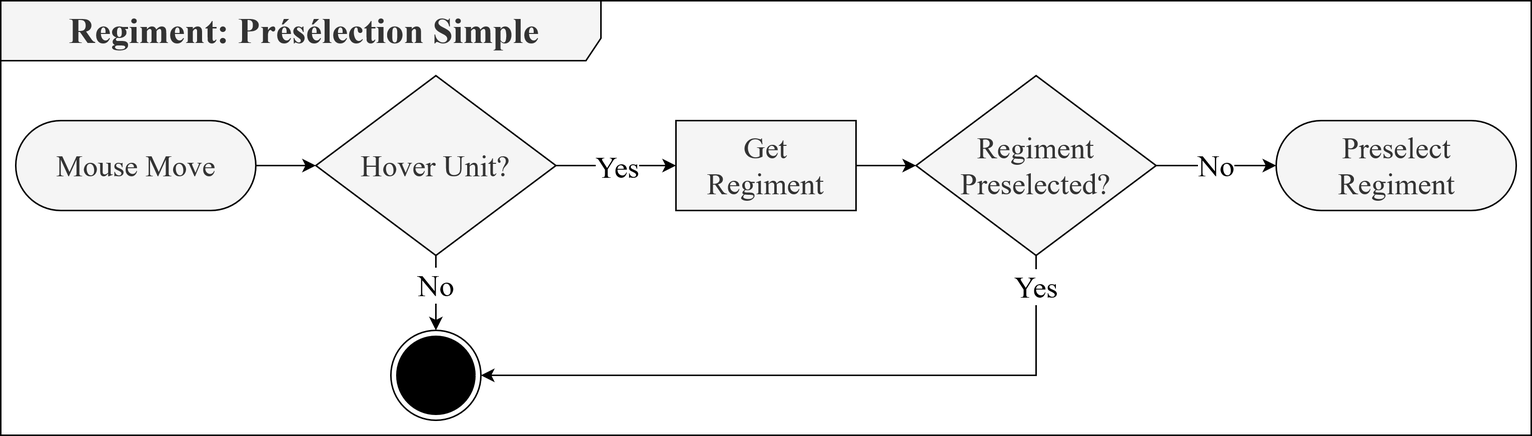
Before: Assets/Documentation/Analyse/Regiments/PreselectionSimpleUMLFlux.png, a diagram exported from draw.io (Cat-du-Fromage/TPI_CastleDefense). Source tidied: cells renumbered, new cells last; positions are measured from the earlier drawing's top-left corner, leaving out a move shared by most shapes. Source of this version:
```xml
<mxGraphModel>
  <root>
    <mxCell id="0" />
    <mxCell id="1" parent="0" />
    <mxCell id="2" value="Regiment: Présélection Simple" style="shape=umlFrame;whiteSpace=wrap;html=1;width=400;height=40;boundedLbl=1;verticalAlign=middle;align=center;spacingLeft=5;fontFamily=Times New Roman;fontSize=24;fontStyle=1;fillColor=#f5f5f5;fontColor=#333333;strokeColor=#000000;" parent="1" vertex="1">
      <mxGeometry width="1020" height="290" as="geometry" />
    </mxCell>
    <mxCell id="3" style="edgeStyle=none;html=1;fontFamily=Times New Roman;fontSize=24;" parent="1" edge="1" source="4" target="8">
      <mxGeometry relative="1" as="geometry" />
    </mxCell>
    <mxCell id="4" value="Mouse Move" style="html=1;dashed=0;whitespace=wrap;shape=mxgraph.dfd.start;strokeColor=#000000;fillColor=#f5f5f5;fontColor=#333333;fontSize=20;fontFamily=Times New Roman;" parent="1" vertex="1">
      <mxGeometry x="10" y="80" width="160" height="60" as="geometry" />
    </mxCell>
    <mxCell id="5" style="edgeStyle=none;html=1;fontFamily=Times New Roman;fontSize=20;" parent="1" edge="1" source="8" target="10">
      <mxGeometry relative="1" as="geometry" />
    </mxCell>
    <mxCell id="6" value="Yes" style="edgeLabel;html=1;align=center;verticalAlign=middle;fontSize=20;fontFamily=Times New Roman;" parent="5" vertex="1">
      <mxGeometry x="-0.44" y="2" relative="1" as="geometry">
        <mxPoint x="18" y="2" as="offset" />
      </mxGeometry>
    </mxCell>
    <mxCell id="7" value="No" style="edgeStyle=orthogonalEdgeStyle;html=1;fontFamily=Times New Roman;fontSize=20;rounded=0;" parent="1" edge="1" source="8" target="15">
      <mxGeometry x="-0.2" relative="1" as="geometry">
        <Array as="points">
          <mxPoint x="290" y="250" />
        </Array>
      </mxGeometry>
    </mxCell>
    <mxCell id="8" value="Hover Unit?" style="rhombus;whiteSpace=wrap;html=1;fontSize=20;fontFamily=Times New Roman;fillColor=#f5f5f5;strokeColor=#000000;fontColor=#333333;dashed=0;" parent="1" vertex="1">
      <mxGeometry x="210" y="50" width="160" height="120" as="geometry" />
    </mxCell>
    <mxCell id="9" style="edgeStyle=none;html=1;fontFamily=Times New Roman;fontSize=20;" parent="1" edge="1" source="10" target="14">
      <mxGeometry relative="1" as="geometry" />
    </mxCell>
    <mxCell id="10" value="Get &lt;br&gt;Regiment" style="whiteSpace=wrap;html=1;fontSize=20;fontFamily=Times New Roman;fillColor=#f5f5f5;strokeColor=#000000;fontColor=#333333;dashed=0;" parent="1" vertex="1">
      <mxGeometry x="450" y="80" width="120" height="60" as="geometry" />
    </mxCell>
    <mxCell id="11" style="edgeStyle=orthogonalEdgeStyle;html=1;fontFamily=Times New Roman;fontSize=20;rounded=0;" parent="1" edge="1" source="14" target="15">
      <mxGeometry relative="1" as="geometry">
        <Array as="points">
          <mxPoint x="690" y="250" />
        </Array>
      </mxGeometry>
    </mxCell>
    <mxCell id="12" value="Yes" style="edgeLabel;html=1;align=center;verticalAlign=middle;fontSize=20;fontFamily=Times New Roman;" parent="11" vertex="1">
      <mxGeometry x="-0.58" y="1" relative="1" as="geometry">
        <mxPoint x="14" y="-61" as="offset" />
      </mxGeometry>
    </mxCell>
    <mxCell id="13" value="No" style="edgeStyle=orthogonalEdgeStyle;rounded=0;html=1;fontFamily=Times New Roman;fontSize=20;" parent="1" edge="1" source="14" target="16">
      <mxGeometry relative="1" as="geometry" />
    </mxCell>
    <mxCell id="14" value="Regiment&lt;br&gt;Preselected?" style="rhombus;whiteSpace=wrap;html=1;fontSize=20;fontFamily=Times New Roman;fillColor=#f5f5f5;strokeColor=#000000;fontColor=#333333;dashed=0;verticalAlign=middle;spacing=0;" parent="1" vertex="1">
      <mxGeometry x="610" y="50" width="160" height="120" as="geometry" />
    </mxCell>
    <mxCell id="15" style="ellipse;html=1;shape=endState;fillColor=#000000;strokeColor=#000000;fontFamily=Times New Roman;fontSize=20;" parent="1" vertex="1">
      <mxGeometry x="260" y="220" width="60" height="60" as="geometry" />
    </mxCell>
    <mxCell id="16" value="&lt;span&gt;Preselect &lt;br&gt;Regiment&lt;/span&gt;" style="html=1;dashed=0;whitespace=wrap;shape=mxgraph.dfd.start;strokeColor=#000000;fillColor=#f5f5f5;fontColor=#333333;fontSize=20;fontFamily=Times New Roman;" parent="1" vertex="1">
      <mxGeometry x="850" y="80" width="160" height="60" as="geometry" />
    </mxCell>
  </root>
</mxGraphModel>
```
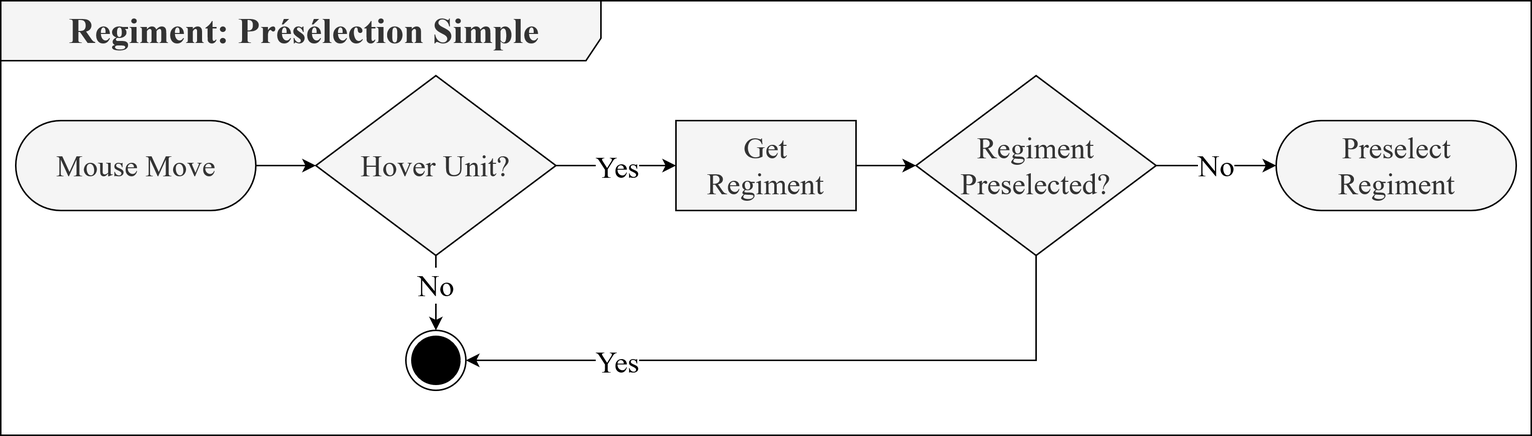
Above is the later version.

The edit, as a diff of the source:
```diff
@@ -14,12 +14,12 @@
     <mxCell id="5" style="edgeStyle=none;html=1;fontFamily=Times New Roman;fontSize=20;" parent="1" edge="1" source="8" target="10">
       <mxGeometry relative="1" as="geometry" />
     </mxCell>
-    <mxCell id="6" value="Yes" style="edgeLabel;html=1;align=center;verticalAlign=middle;fontSize=20;fontFamily=Times New Roman;" parent="5" vertex="1">
-      <mxGeometry x="-0.44" y="2" relative="1" as="geometry">
-        <mxPoint x="18" y="2" as="offset" />
-      </mxGeometry>
-    </mxCell>
+    <mxCell id="17" value="Yes" style="edgeLabel;html=1;align=center;verticalAlign=middle;fontSize=20;fontFamily=Times New Roman;" parent="5" vertex="1">
+      <mxGeometry x="-0.44" y="2" relative="1" as="geometry">
+        <mxPoint x="18" y="2" as="offset" />
+      </mxGeometry>
+    </mxCell>
-    <mxCell id="7" value="No" style="edgeStyle=orthogonalEdgeStyle;html=1;fontFamily=Times New Roman;fontSize=20;rounded=0;" parent="1" edge="1" source="8" target="15">
+    <mxCell id="7" value="No" style="edgeStyle=orthogonalEdgeStyle;html=1;fontFamily=Times New Roman;fontSize=20;rounded=0;" parent="1" edge="1" source="8" target="20">
       <mxGeometry x="-0.2" relative="1" as="geometry">
         <Array as="points">
           <mxPoint x="290" y="250" />
@@ -35,29 +35,29 @@
     <mxCell id="10" value="Get &lt;br&gt;Regiment" style="whiteSpace=wrap;html=1;fontSize=20;fontFamily=Times New Roman;fillColor=#f5f5f5;strokeColor=#000000;fontColor=#333333;dashed=0;" parent="1" vertex="1">
       <mxGeometry x="450" y="80" width="120" height="60" as="geometry" />
     </mxCell>
-    <mxCell id="11" style="edgeStyle=orthogonalEdgeStyle;html=1;fontFamily=Times New Roman;fontSize=20;rounded=0;" parent="1" edge="1" source="14" target="15">
-      <mxGeometry relative="1" as="geometry">
-        <Array as="points">
-          <mxPoint x="690" y="250" />
-        </Array>
-      </mxGeometry>
-    </mxCell>
-    <mxCell id="12" value="Yes" style="edgeLabel;html=1;align=center;verticalAlign=middle;fontSize=20;fontFamily=Times New Roman;" parent="11" vertex="1">
-      <mxGeometry x="-0.58" y="1" relative="1" as="geometry">
-        <mxPoint x="14" y="-61" as="offset" />
-      </mxGeometry>
-    </mxCell>
+    <mxCell id="18" style="edgeStyle=orthogonalEdgeStyle;html=1;fontFamily=Times New Roman;fontSize=20;rounded=0;" parent="1" edge="1" source="14" target="20">
+      <mxGeometry relative="1" as="geometry">
+        <Array as="points">
+          <mxPoint x="690" y="240" />
+        </Array>
+      </mxGeometry>
+    </mxCell>
+    <mxCell id="19" value="Yes" style="edgeLabel;html=1;align=center;verticalAlign=middle;fontSize=20;fontFamily=Times New Roman;" parent="18" vertex="1">
+      <mxGeometry x="-0.58" y="1" relative="1" as="geometry">
+        <mxPoint x="-255" y="-1" as="offset" />
+      </mxGeometry>
+    </mxCell>
     <mxCell id="13" value="No" style="edgeStyle=orthogonalEdgeStyle;rounded=0;html=1;fontFamily=Times New Roman;fontSize=20;" parent="1" edge="1" source="14" target="16">
       <mxGeometry relative="1" as="geometry" />
     </mxCell>
     <mxCell id="14" value="Regiment&lt;br&gt;Preselected?" style="rhombus;whiteSpace=wrap;html=1;fontSize=20;fontFamily=Times New Roman;fillColor=#f5f5f5;strokeColor=#000000;fontColor=#333333;dashed=0;verticalAlign=middle;spacing=0;" parent="1" vertex="1">
       <mxGeometry x="610" y="50" width="160" height="120" as="geometry" />
     </mxCell>
-    <mxCell id="15" style="ellipse;html=1;shape=endState;fillColor=#000000;strokeColor=#000000;fontFamily=Times New Roman;fontSize=20;" parent="1" vertex="1">
-      <mxGeometry x="260" y="220" width="60" height="60" as="geometry" />
-    </mxCell>
     <mxCell id="16" value="&lt;span&gt;Preselect &lt;br&gt;Regiment&lt;/span&gt;" style="html=1;dashed=0;whitespace=wrap;shape=mxgraph.dfd.start;strokeColor=#000000;fillColor=#f5f5f5;fontColor=#333333;fontSize=20;fontFamily=Times New Roman;" parent="1" vertex="1">
       <mxGeometry x="850" y="80" width="160" height="60" as="geometry" />
     </mxCell>
+    <mxCell id="20" style="ellipse;html=1;shape=endState;fillColor=#000000;strokeColor=#000000;fontFamily=Times New Roman;fontSize=20;" parent="1" vertex="1">
+      <mxGeometry x="270" y="220" width="40" height="40" as="geometry" />
+    </mxCell>
   </root>
 </mxGraphModel>
```
